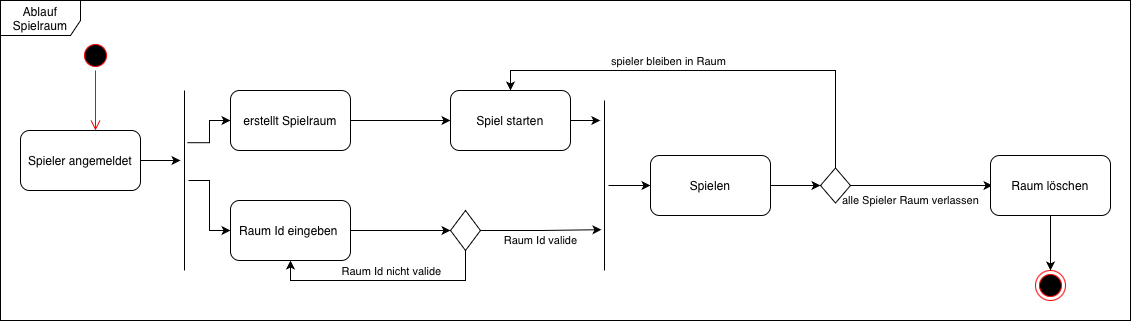
The draw.io diagram SoftwareEngineeringStuff/Aktivitätsdiagramme/UML-Aktivitätsdiagramm_Spielraum.drawio.png in Matthiasbit/caesars-gambit, before a commit. Source tidied: cells renumbered, new cells last; positions are measured from the earlier drawing's top-left corner, leaving out a move shared by most shapes.
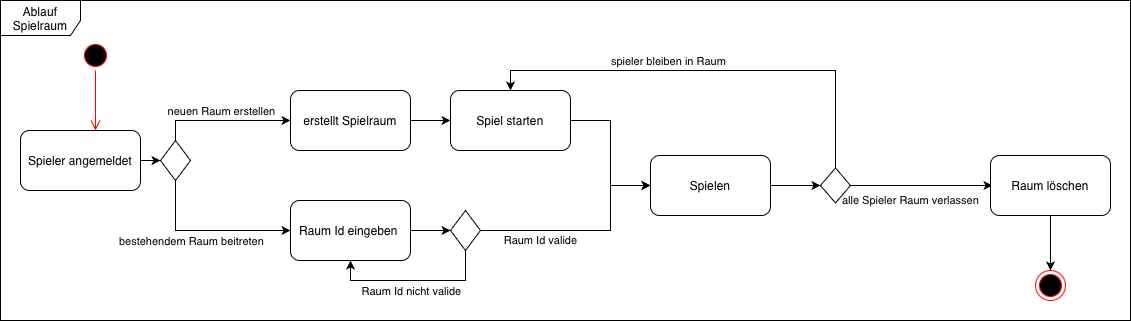
The same file after the commit.

Commit message:
Aktivitätsdiagramme verbessert

Diff of the diagram source:
```diff
@@ -12,7 +12,7 @@
       <mxGeometry relative="1" as="geometry" />
     </mxCell>
     <mxCell id="5" value="erstellt Spielraum" style="whiteSpace=wrap;html=1;rounded=1;" parent="1" vertex="1">
-      <mxGeometry x="230" y="90" width="120" height="60" as="geometry" />
+      <mxGeometry x="290" y="90" width="120" height="60" as="geometry" />
     </mxCell>
     <mxCell id="6" style="edgeStyle=orthogonalEdgeStyle;rounded=0;jettySize=auto;html=1;" parent="1" edge="1" source="7">
       <mxGeometry relative="1" as="geometry">
@@ -20,35 +20,31 @@
       </mxGeometry>
     </mxCell>
     <mxCell id="7" value="Raum Id eingeben&amp;nbsp;" style="whiteSpace=wrap;html=1;rounded=1;" parent="1" vertex="1">
-      <mxGeometry x="230" y="200" width="120" height="60" as="geometry" />
+      <mxGeometry x="290" y="200" width="120" height="60" as="geometry" />
     </mxCell>
     <mxCell id="8" value="Spiel starten" style="whiteSpace=wrap;html=1;rounded=1;" parent="1" vertex="1">
       <mxGeometry x="450" y="90" width="120" height="60" as="geometry" />
     </mxCell>
-    <mxCell id="9" style="edgeStyle=orthogonalEdgeStyle;rounded=0;jettySize=auto;html=1;" parent="1" edge="1" source="3">
-      <mxGeometry relative="1" as="geometry">
-        <mxPoint x="180" y="160" as="targetPoint" />
-      </mxGeometry>
-    </mxCell>
-    <mxCell id="10" style="edgeStyle=orthogonalEdgeStyle;rounded=0;jettySize=auto;html=1;entryX=0;entryY=0.5;entryDx=0;entryDy=0;exitX=0.29;exitY=0.147;exitDx=0;exitDy=0;exitPerimeter=0;" parent="1" edge="1" source="12" target="5">
+    <mxCell id="10" style="edgeStyle=orthogonalEdgeStyle;rounded=0;jettySize=auto;html=1;entryX=0;entryY=0.5;entryDx=0;entryDy=0;exitX=0.5;exitY=0;exitDx=0;exitDy=0;" parent="1" edge="1" source="34" target="5">
       <mxGeometry relative="1" as="geometry" />
     </mxCell>
+    <mxCell id="31" value="neuen Raum erstellen" style="edgeLabel;html=1;align=center;verticalAlign=middle;" parent="10" vertex="1">
+      <mxGeometry x="-0.38" y="-1" relative="1" as="geometry">
+        <mxPoint x="23" y="-11" as="offset" />
+      </mxGeometry>
+    </mxCell>
-    <mxCell id="11" style="edgeStyle=orthogonalEdgeStyle;rounded=0;jettySize=auto;html=1;" parent="1" edge="1" source="12" target="7">
+    <mxCell id="11" style="edgeStyle=orthogonalEdgeStyle;rounded=0;jettySize=auto;html=1;exitX=0.5;exitY=1;exitDx=0;exitDy=0;entryX=0;entryY=0.5;entryDx=0;entryDy=0;" parent="1" edge="1" source="34" target="7">
       <mxGeometry relative="1" as="geometry" />
     </mxCell>
-    <mxCell id="12" style="line;strokeWidth=1;fillColor=none;align=left;verticalAlign=middle;spacingTop=-1;spacingLeft=3;spacingRight=3;labelPosition=right;points=[];portConstraint=eastwest;strokeColor=inherit;direction=south;" parent="1" vertex="1">
-      <mxGeometry x="180" y="90" width="8" height="180" as="geometry" />
-    </mxCell>
-    <mxCell id="13" style="edgeStyle=orthogonalEdgeStyle;rounded=0;jettySize=auto;html=1;" parent="1" edge="1" source="14" target="22">
-      <mxGeometry relative="1" as="geometry" />
-    </mxCell>
-    <mxCell id="14" style="line;strokeWidth=1;fillColor=none;align=left;verticalAlign=middle;spacingTop=-1;spacingLeft=3;spacingRight=3;labelPosition=right;points=[];portConstraint=eastwest;strokeColor=inherit;direction=south;" parent="1" vertex="1">
-      <mxGeometry x="600" y="100" width="8" height="170" as="geometry" />
-    </mxCell>
+    <mxCell id="32" value="bestehendem Raum beitreten" style="edgeLabel;html=1;align=center;verticalAlign=middle;" parent="11" vertex="1">
+      <mxGeometry x="-0.01" y="-3" relative="1" as="geometry">
+        <mxPoint x="-17" y="7" as="offset" />
+      </mxGeometry>
+    </mxCell>
     <mxCell id="15" style="ellipse;html=1;shape=endState;fillColor=#000000;strokeColor=#ff0000;" parent="1" vertex="1">
       <mxGeometry x="1035" y="270" width="30" height="30" as="geometry" />
     </mxCell>
-    <mxCell id="16" style="edgeStyle=orthogonalEdgeStyle;rounded=0;jettySize=auto;html=1;exitX=1;exitY=0.5;exitDx=0;exitDy=0;entryX=0.117;entryY=1.029;entryDx=0;entryDy=0;entryPerimeter=0;" parent="1" edge="1" source="8" target="14">
+    <mxCell id="16" style="edgeStyle=orthogonalEdgeStyle;rounded=0;jettySize=auto;html=1;exitX=1;exitY=0.5;exitDx=0;exitDy=0;entryX=0;entryY=0.5;entryDx=0;entryDy=0;" parent="1" edge="1" source="8" target="22">
       <mxGeometry relative="1" as="geometry" />
     </mxCell>
     <mxCell id="17" style="edgeStyle=orthogonalEdgeStyle;rounded=0;jettySize=auto;html=1;exitX=0.5;exitY=1;exitDx=0;exitDy=0;entryX=0.5;entryY=1;entryDx=0;entryDy=0;" parent="1" edge="1" source="19" target="7">
@@ -56,15 +52,18 @@
     </mxCell>
     <mxCell id="18" value="Raum Id nicht valide" style="edgeLabel;html=1;align=center;verticalAlign=middle;" parent="17" vertex="1">
       <mxGeometry x="-0.15" y="2" relative="1" as="geometry">
-        <mxPoint x="-10" y="-12" as="offset" />
+        <mxPoint x="-15" y="8" as="offset" />
       </mxGeometry>
     </mxCell>
     <mxCell id="19" style="rhombus;whiteSpace=wrap;html=1;" parent="1" vertex="1">
       <mxGeometry x="450" y="210" width="30" height="40" as="geometry" />
     </mxCell>
-    <mxCell id="20" value="Raum Id valide" style="edgeStyle=orthogonalEdgeStyle;rounded=0;jettySize=auto;html=1;exitX=1;exitY=0.5;exitDx=0;exitDy=0;entryX=0.76;entryY=0.882;entryDx=0;entryDy=0;entryPerimeter=0;" parent="1" edge="1" source="19" target="14">
-      <mxGeometry x="-0.01" y="-10" relative="1" as="geometry">
-        <mxPoint x="-10" y="10" as="offset" />
+    <mxCell id="20" value="Raum Id valide" style="edgeStyle=orthogonalEdgeStyle;rounded=0;jettySize=auto;html=1;exitX=1;exitY=0.5;exitDx=0;exitDy=0;entryX=0;entryY=0.5;entryDx=0;entryDy=0;" parent="1" edge="1" source="19" target="22">
+      <mxGeometry x="-0.44" y="-10" relative="1" as="geometry">
+        <Array as="points">
+          <mxPoint x="610" y="230" />
+          <mxPoint x="610" y="185" />
+        </Array>
       </mxGeometry>
     </mxCell>
     <mxCell id="21" style="edgeStyle=orthogonalEdgeStyle;rounded=0;jettySize=auto;html=1;" parent="1" edge="1" source="22" target="26">
@@ -103,5 +102,11 @@
         <mxPoint x="95" y="130" as="targetPoint" />
       </mxGeometry>
     </mxCell>
+    <mxCell id="33" style="edgeStyle=orthogonalEdgeStyle;rounded=0;jettySize=auto;html=1;" parent="1" edge="1" source="3" target="34">
+      <mxGeometry relative="1" as="geometry" />
+    </mxCell>
+    <mxCell id="34" style="rhombus;whiteSpace=wrap;html=1;" parent="1" vertex="1">
+      <mxGeometry x="160" y="140" width="30" height="40" as="geometry" />
+    </mxCell>
   </root>
 </mxGraphModel>
```
